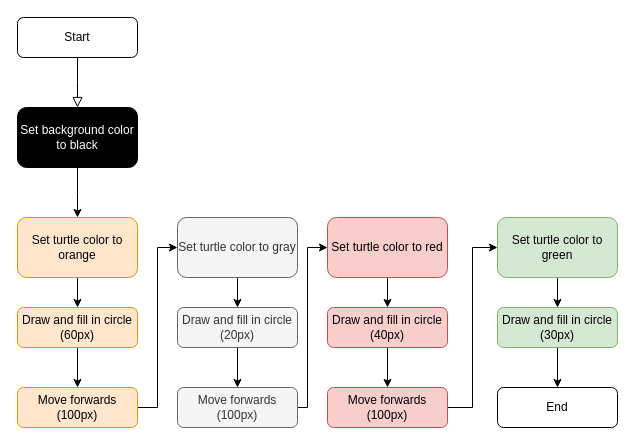
Before: Untitled Diagram.drawio in veltaine/ZenvaCoding, a draw.io diagram. Source tidied: cells renumbered, new cells numbered last; positions are measured from the earlier drawing's top-left corner, leaving out a move shared by most shapes. Both pictures are drawn from the tidied source at 100%, with x=0, y=0 at pixel (17, 17).
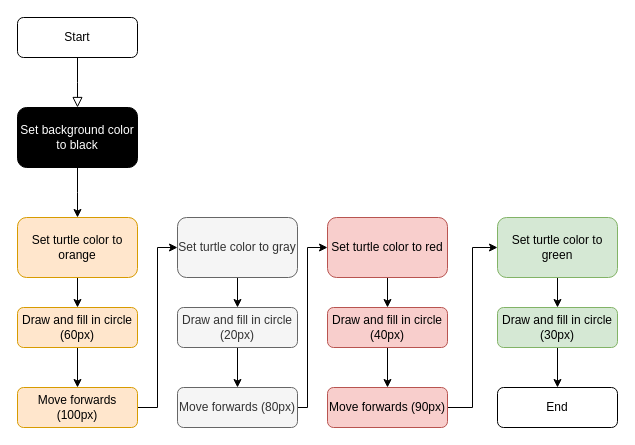
Above is the later version.

Commit message:
Completed Solar System Flowchart.drawio

What changed in the source:
```diff
@@
-    <mxCell id="26" value="Move forwards (100px)" style="rounded=1;whiteSpace=wrap;html=1;fillColor=#f8cecc;strokeColor=#b85450;" parent="1" vertex="1">
+    <mxCell id="26" value="Move forwards (90px)" style="rounded=1;whiteSpace=wrap;html=1;fillColor=#f8cecc;strokeColor=#b85450;" parent="1" vertex="1">
       <mxGeometry x="310" y="370" width="120" height="40" as="geometry" />
     </mxCell>
@@
-    <mxCell id="28" value="Move forwards (100px)" style="rounded=1;whiteSpace=wrap;html=1;fillColor=#f5f5f5;strokeColor=#666666;fontColor=#333333;" parent="1" vertex="1">
+    <mxCell id="28" value="Move forwards (80px)" style="rounded=1;whiteSpace=wrap;html=1;fillColor=#f5f5f5;strokeColor=#666666;fontColor=#333333;" parent="1" vertex="1">
       <mxGeometry x="160" y="370" width="120" height="40" as="geometry" />
     </mxCell>
```
